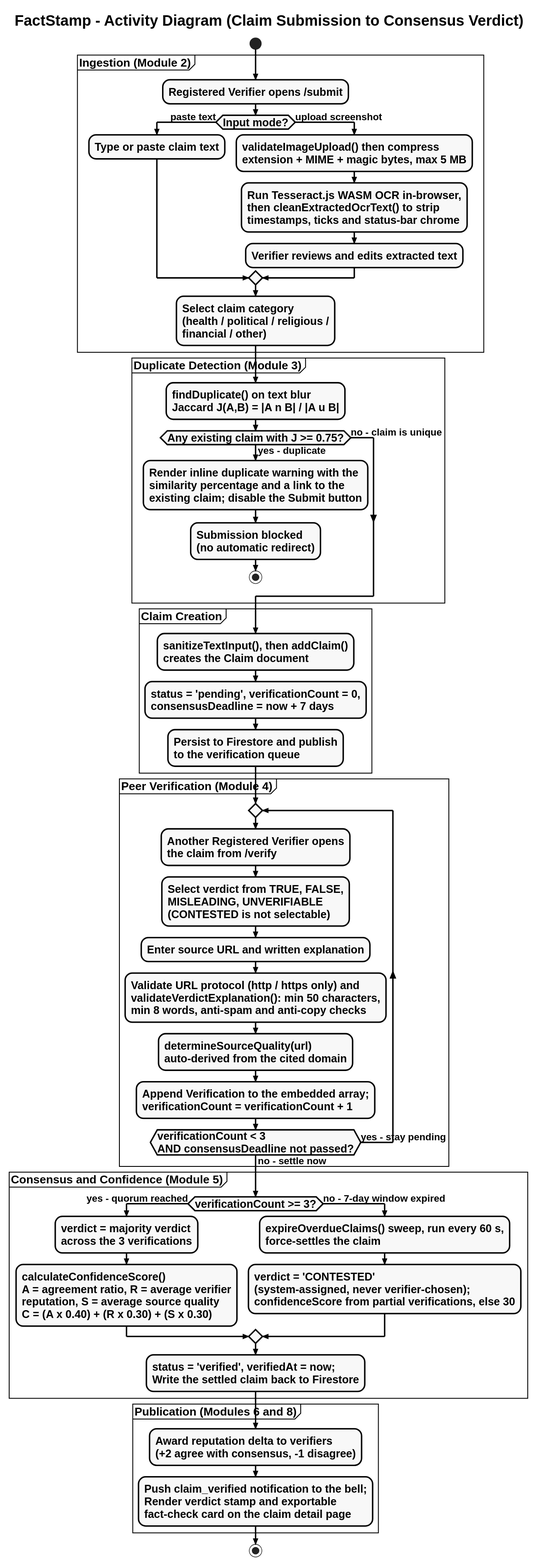
aadish0day/typst keeps this PlantUML diagram as FactStamp/black_book_draft/03_Requirements_and_Analysis/attachments/activity_diagram.svg. Above is the earlier version.
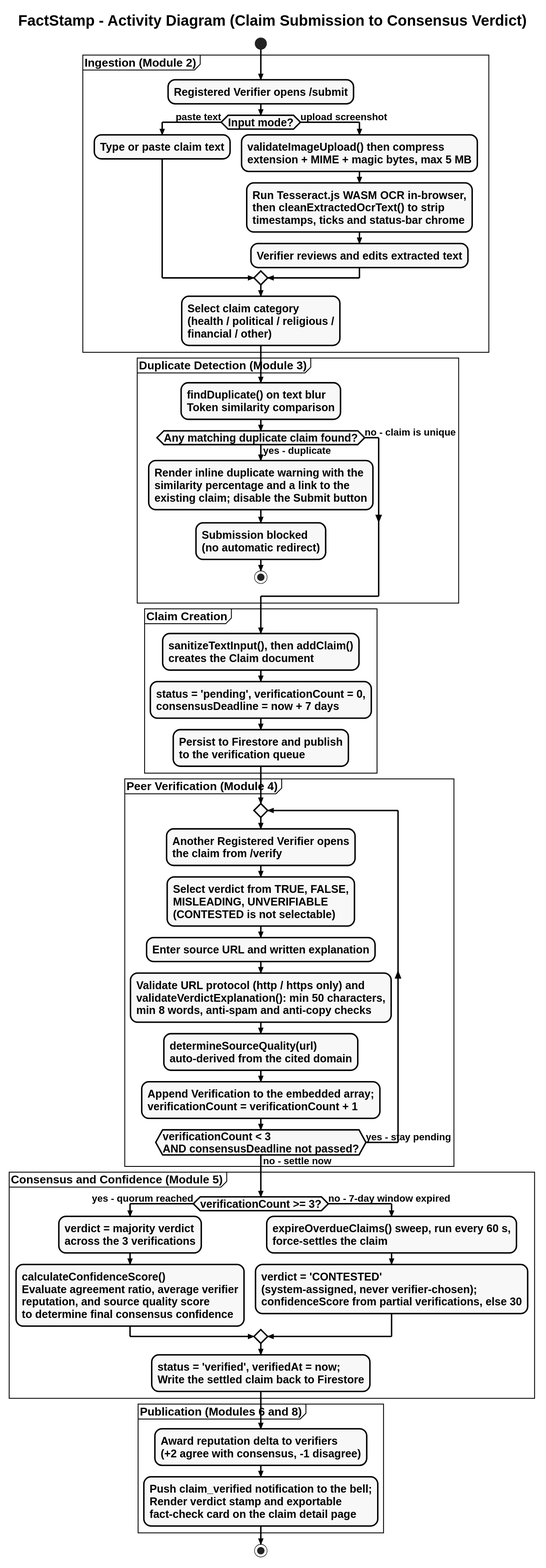
Above is the later version.

The edit, as a diff of the source:
```diff
@@ -62,8 +62,8 @@
 }
 
 partition "Duplicate Detection (Module 3)" {
-  :findDuplicate() on text blur\nJaccard J(A,B) = |A n B| / |A u B|;
-  if (Any existing claim with J >= 0.75?) then (yes - duplicate)
+  :findDuplicate() on text blur\nToken similarity comparison;
+  if (Any matching duplicate claim found?) then (yes - duplicate)
     :Render inline duplicate warning with the\nsimilarity percentage and a link to the\nexisting claim; disable the Submit button;
     :Submission blocked\n(no automatic redirect);
     stop
@@ -91,7 +91,7 @@
 partition "Consensus and Confidence (Module 5)" {
   if (verificationCount >= 3?) then (yes - quorum reached)
     :verdict = majority verdict\nacross the 3 verifications;
-    :calculateConfidenceScore()\nA = agreement ratio, R = average verifier\nreputation, S = average source quality\nC = (A x 0.40) + (R x 0.30) + (S x 0.30);
+    :calculateConfidenceScore()\nEvaluate agreement ratio, average verifier\nreputation, and source quality score\nto determine final consensus confidence;
   else (no - 7-day window expired)
     :expireOverdueClaims() sweep, run every 60 s,\nforce-settles the claim;
     :verdict = 'CONTESTED'\n(system-assigned, never verifier-chosen);\nconfidenceScore from partial verifications, else 30;
```
